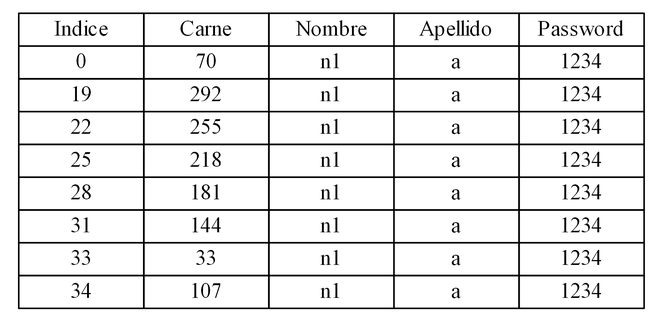
Before: hash.png, a diagram exported from Graphviz (montherbasir/EDD_DIC_2019_PY2_201807120). Its source is kept beside it as hash.dot.
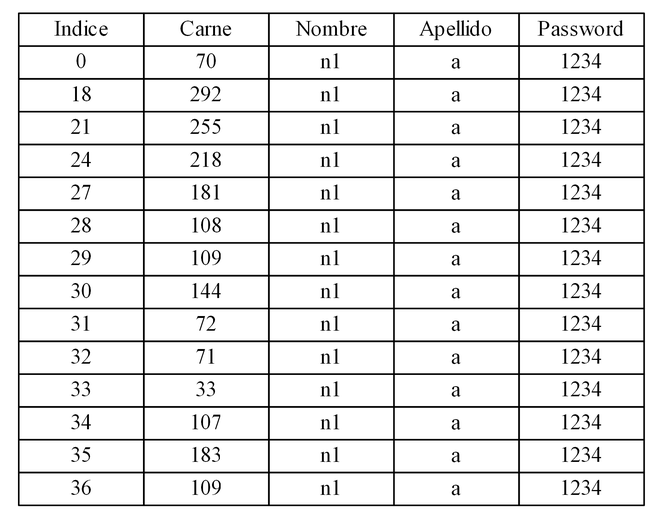
After the change.

Diff of the diagram source:
```diff
@@ -15,36 +15,64 @@
       <td border="1" width="80">1234</td>
 </tr>
       <tr>
-<td border="1" width="80">19</td>
+<td border="1" width="80">18</td>
       <td border="1" width="80">292</td>
       <td border="1" width="80">n1</td>
       <td border="1" width="80">a</td>
       <td border="1" width="80">1234</td>
 </tr>
       <tr>
-<td border="1" width="80">22</td>
+<td border="1" width="80">21</td>
       <td border="1" width="80">255</td>
       <td border="1" width="80">n1</td>
       <td border="1" width="80">a</td>
       <td border="1" width="80">1234</td>
 </tr>
       <tr>
-<td border="1" width="80">25</td>
+<td border="1" width="80">24</td>
       <td border="1" width="80">218</td>
       <td border="1" width="80">n1</td>
       <td border="1" width="80">a</td>
       <td border="1" width="80">1234</td>
 </tr>
       <tr>
-<td border="1" width="80">28</td>
+<td border="1" width="80">27</td>
       <td border="1" width="80">181</td>
       <td border="1" width="80">n1</td>
       <td border="1" width="80">a</td>
       <td border="1" width="80">1234</td>
 </tr>
       <tr>
+<td border="1" width="80">28</td>
+      <td border="1" width="80">108</td>
+      <td border="1" width="80">n1</td>
+      <td border="1" width="80">a</td>
+      <td border="1" width="80">1234</td>
+</tr>
+      <tr>
+<td border="1" width="80">29</td>
+      <td border="1" width="80">109</td>
+      <td border="1" width="80">n1</td>
+      <td border="1" width="80">a</td>
+      <td border="1" width="80">1234</td>
+</tr>
+      <tr>
+<td border="1" width="80">30</td>
+      <td border="1" width="80">144</td>
+      <td border="1" width="80">n1</td>
+      <td border="1" width="80">a</td>
+      <td border="1" width="80">1234</td>
+</tr>
+      <tr>
 <td border="1" width="80">31</td>
-      <td border="1" width="80">144</td>
+      <td border="1" width="80">72</td>
+      <td border="1" width="80">n1</td>
+      <td border="1" width="80">a</td>
+      <td border="1" width="80">1234</td>
+</tr>
+      <tr>
+<td border="1" width="80">32</td>
+      <td border="1" width="80">71</td>
       <td border="1" width="80">n1</td>
       <td border="1" width="80">a</td>
       <td border="1" width="80">1234</td>
@@ -63,6 +91,20 @@
       <td border="1" width="80">a</td>
       <td border="1" width="80">1234</td>
 </tr>
+      <tr>
+<td border="1" width="80">35</td>
+      <td border="1" width="80">183</td>
+      <td border="1" width="80">n1</td>
+      <td border="1" width="80">a</td>
+      <td border="1" width="80">1234</td>
+</tr>
+      <tr>
+<td border="1" width="80">36</td>
+      <td border="1" width="80">109</td>
+      <td border="1" width="80">n1</td>
+      <td border="1" width="80">a</td>
+      <td border="1" width="80">1234</td>
+</tr>
                 </table>>
     ]
 }
```
